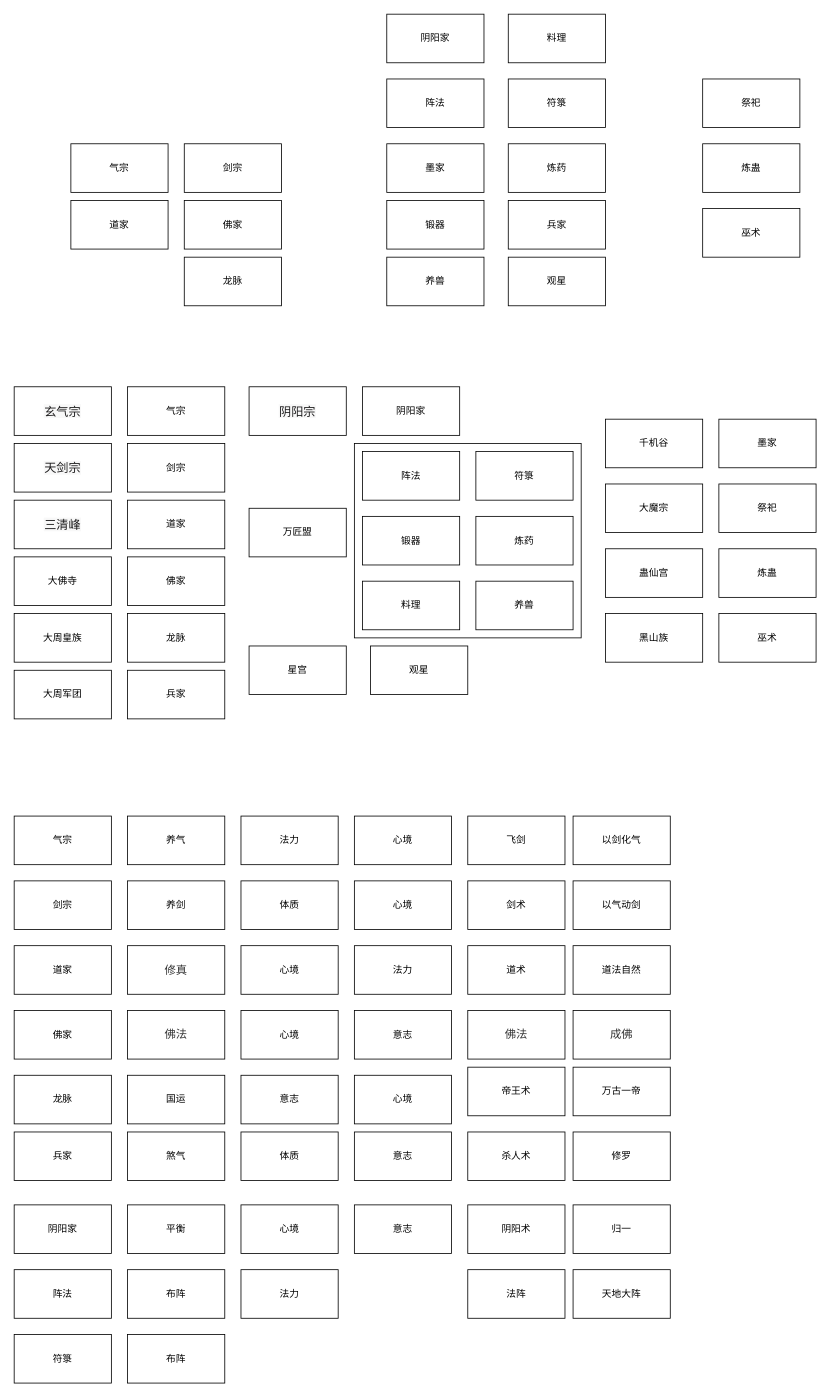
Above: page "第 6 页" (6 of 6) of 流程图/蟋蟀玩法分析.drawio in Karmel5950/NoteBook (draw.io), before the change. Source tidied: cells renumbered, new cells numbered last; positions are measured from the earlier drawing's top-left corner, leaving out a move shared by most shapes. Both pictures are drawn from the tidied source at 81%, with x=0, y=0 at pixel (14, 14).
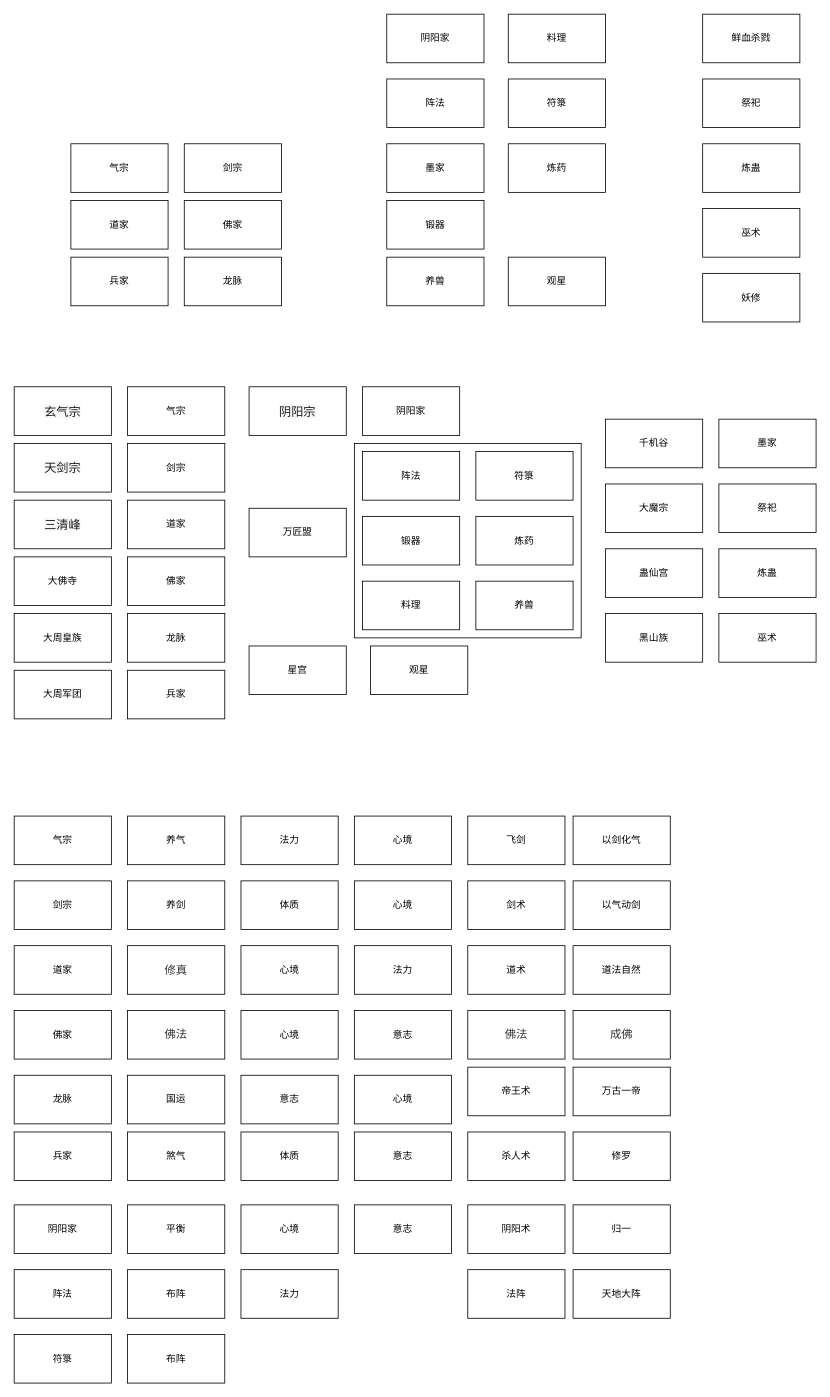
The same diagram, later.

What changed in the source:
```diff
@@
     <mxCell id="4" value="兵家" style="rounded=0;whiteSpace=wrap;html=1;" parent="1" vertex="1">
-      <mxGeometry x="610" y="230" width="120" height="60" as="geometry" />
+      <mxGeometry x="70" y="300" width="120" height="60" as="geometry" />
     </mxCell>
@@
+    <mxCell id="102" value="妖修" style="rounded=0;whiteSpace=wrap;html=1;" parent="1" vertex="1">
+      <mxGeometry x="850" y="320" width="120" height="60" as="geometry" />
+    </mxCell>
+    <mxCell id="103" value="鲜血杀戮" style="rounded=0;whiteSpace=wrap;html=1;" parent="1" vertex="1">
+      <mxGeometry x="850" width="120" height="60" as="geometry" />
+    </mxCell>
```
